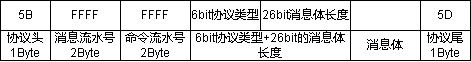
The draw.io diagram 星冠JSON通讯.drawio.png in xktder/draw, before a commit. Source tidied: cells renumbered, new cells last; positions are measured from the earlier drawing's top-left corner, leaving out a move shared by most shapes.
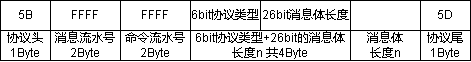
After the commit.

Commit message:
更新星冠JSON通讯.drawio.png

The edit, as a diff of the source:
```diff
@@ -20,7 +20,7 @@
     <mxCell id="7" value="FFFF" style="rounded=0;whiteSpace=wrap;html=1;" parent="1" vertex="1">
       <mxGeometry x="120" width="70" height="30" as="geometry" />
     </mxCell>
-    <mxCell id="8" value="6bit协议类型+26bit的消息体长度" style="rounded=0;whiteSpace=wrap;html=1;" parent="1" vertex="1">
+    <mxCell id="8" value="6bit协议类型+26bit的消息体长度n 共4Byte" style="rounded=0;whiteSpace=wrap;html=1;" parent="1" vertex="1">
       <mxGeometry x="190" y="30" width="160" height="30" as="geometry" />
     </mxCell>
     <mxCell id="9" value="6bit协议类型" style="rounded=0;whiteSpace=wrap;html=1;" parent="1" vertex="1">
@@ -29,7 +29,7 @@
     <mxCell id="10" value="26bit消息体长度" style="rounded=0;whiteSpace=wrap;html=1;" parent="1" vertex="1">
       <mxGeometry x="260" width="90" height="30" as="geometry" />
     </mxCell>
-    <mxCell id="11" value="消息体" style="rounded=0;whiteSpace=wrap;html=1;" parent="1" vertex="1">
+    <mxCell id="11" value="消息体&lt;br&gt;长度n" style="rounded=0;whiteSpace=wrap;html=1;" parent="1" vertex="1">
       <mxGeometry x="350" y="30" width="70" height="30" as="geometry" />
     </mxCell>
     <mxCell id="12" style="rounded=0;whiteSpace=wrap;html=1;" parent="1" vertex="1">
```
